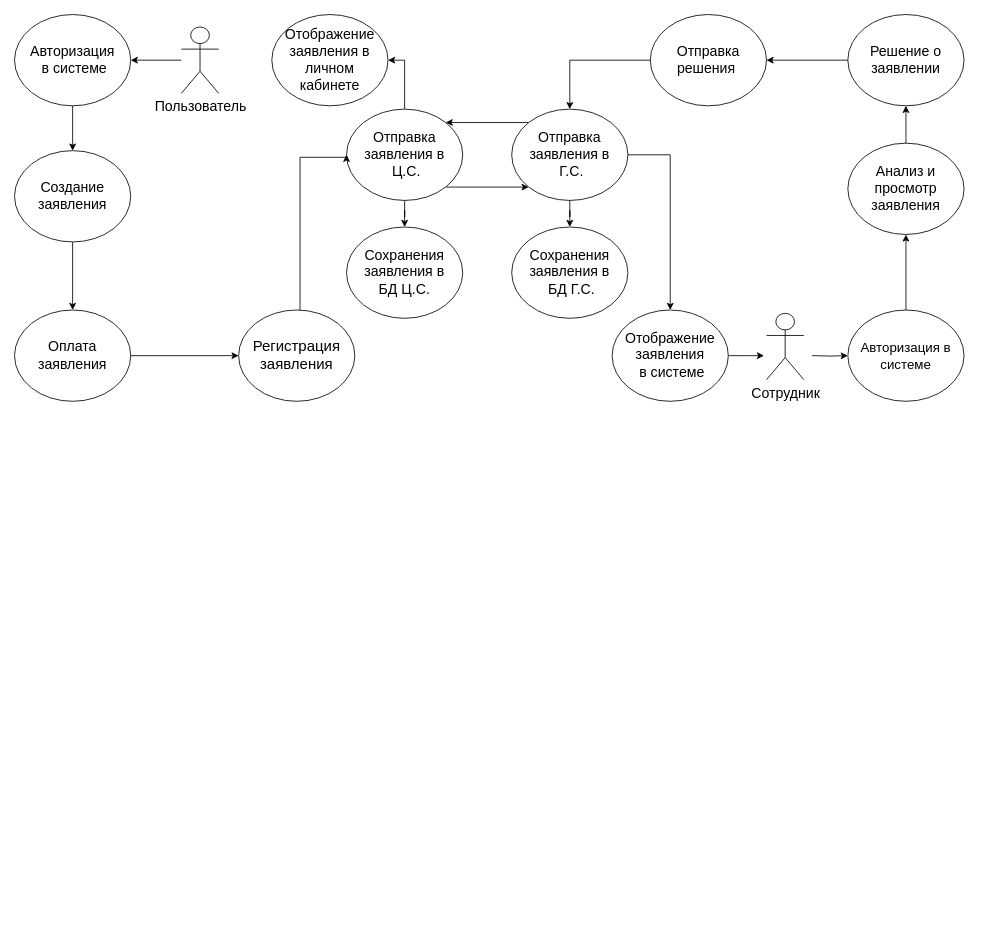
Paremir/Asp.Net-2 keeps this draw.io diagram as Диаграмма без названия.drawio. Above is the earlier version. Source tidied: cells renumbered, new cells numbered last; positions are measured from the earlier drawing's top-left corner, leaving out a move shared by most shapes. Both pictures are drawn from the tidied source at 83%, with x=0, y=0 at pixel (14, 14).
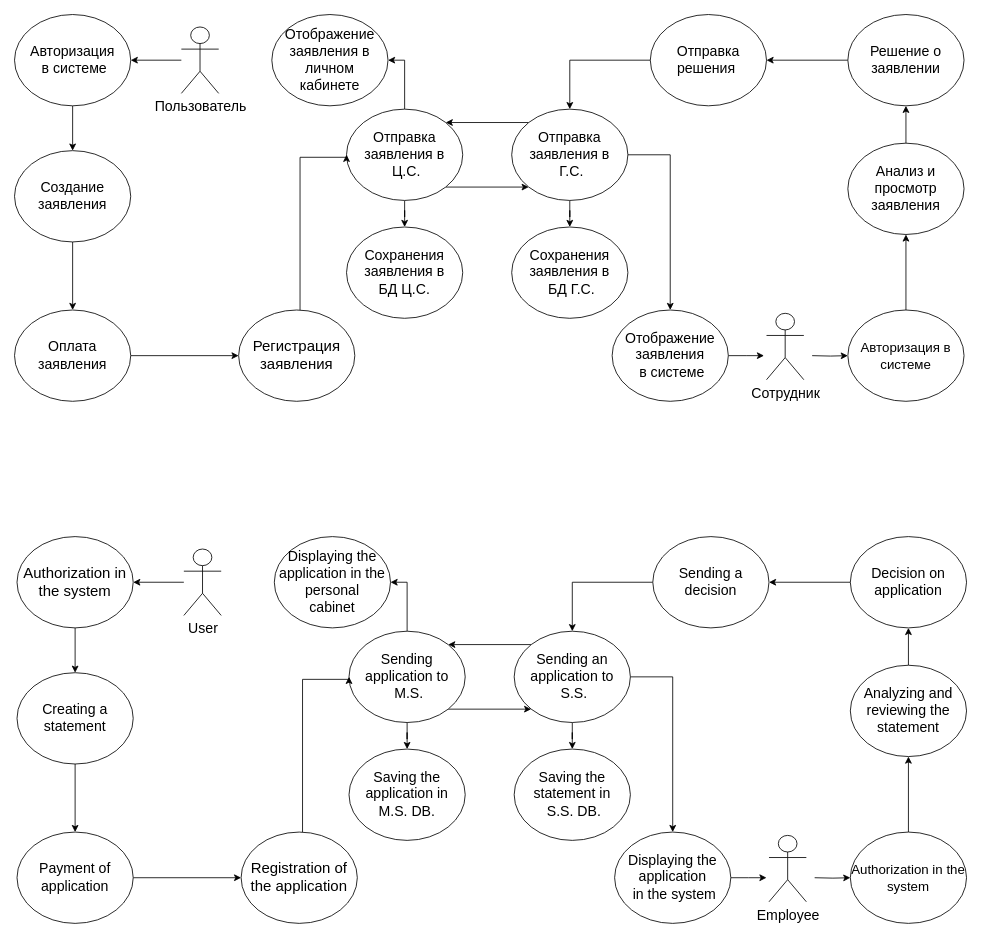
Above is the later version.

What changed in the source:
```diff
@@
+    <mxCell id="35" style="edgeStyle=orthogonalEdgeStyle;rounded=0;jettySize=auto;html=1;" parent="1" edge="1" source="36" target="39">
+      <mxGeometry relative="1" as="geometry" />
+    </mxCell>
+    <mxCell id="36" value="User" style="shape=umlActor;verticalLabelPosition=bottom;verticalAlign=top;html=1;outlineConnect=0;fontSize=17;" parent="1" vertex="1">
+      <mxGeometry x="204" y="644" width="45" height="80" as="geometry" />
+    </mxCell>
+    <mxCell id="37" style="edgeStyle=orthogonalEdgeStyle;rounded=0;jettySize=auto;html=1;entryX=0;entryY=0.5;entryDx=0;entryDy=0;" parent="1" edge="1" target="64">
+      <mxGeometry relative="1" as="geometry">
+        <mxPoint x="964" y="1040" as="sourcePoint" />
+      </mxGeometry>
+    </mxCell>
+    <mxCell id="38" style="edgeStyle=orthogonalEdgeStyle;rounded=0;jettySize=auto;html=1;entryX=0.5;entryY=0;entryDx=0;entryDy=0;" parent="1" edge="1" source="39" target="60">
+      <mxGeometry relative="1" as="geometry" />
+    </mxCell>
+    <mxCell id="39" value="&lt;font style=&quot;font-size: 18px;&quot;&gt;Authorization in the system&lt;/font&gt;" style="ellipse;whiteSpace=wrap;html=1;" parent="1" vertex="1">
+      <mxGeometry x="3" y="629" width="140" height="110" as="geometry" />
+    </mxCell>
+    <mxCell id="40" style="edgeStyle=orthogonalEdgeStyle;rounded=0;jettySize=auto;html=1;entryX=0.5;entryY=0;entryDx=0;entryDy=0;exitX=0.5;exitY=1;exitDx=0;exitDy=0;" parent="1" edge="1" source="60" target="46">
+      <mxGeometry relative="1" as="geometry" />
+    </mxCell>
+    <mxCell id="41" style="edgeStyle=orthogonalEdgeStyle;rounded=0;jettySize=auto;html=1;entryX=0.5;entryY=0;entryDx=0;entryDy=0;" parent="1" edge="1" source="44" target="47">
+      <mxGeometry relative="1" as="geometry" />
+    </mxCell>
+    <mxCell id="42" style="edgeStyle=orthogonalEdgeStyle;rounded=0;jettySize=auto;html=1;exitX=1;exitY=1;exitDx=0;exitDy=0;entryX=0;entryY=1;entryDx=0;entryDy=0;" parent="1" edge="1" source="44" target="51">
+      <mxGeometry relative="1" as="geometry" />
+    </mxCell>
+    <mxCell id="43" style="edgeStyle=orthogonalEdgeStyle;rounded=0;jettySize=auto;html=1;entryX=1;entryY=0.5;entryDx=0;entryDy=0;" parent="1" edge="1" source="44" target="58">
+      <mxGeometry relative="1" as="geometry" />
+    </mxCell>
+    <mxCell id="44" value="&lt;div&gt;Sending&lt;/div&gt;&lt;div&gt;application to&lt;/div&gt;&lt;div&gt;&amp;nbsp;M.S.&lt;/div&gt;" style="ellipse;whiteSpace=wrap;html=1;fontSize=17;" parent="1" vertex="1">
+      <mxGeometry x="403" y="743" width="140" height="110" as="geometry" />
+    </mxCell>
+    <mxCell id="45" style="edgeStyle=orthogonalEdgeStyle;rounded=0;jettySize=auto;html=1;entryX=0;entryY=0.5;entryDx=0;entryDy=0;" parent="1" edge="1" source="46" target="62">
+      <mxGeometry relative="1" as="geometry" />
+    </mxCell>
+    <mxCell id="46" value="Payment of application" style="ellipse;whiteSpace=wrap;html=1;fontSize=17;" parent="1" vertex="1">
+      <mxGeometry x="3" y="985" width="140" height="110" as="geometry" />
+    </mxCell>
+    <mxCell id="47" value="&lt;div&gt;Saving the application in&lt;/div&gt;&lt;div&gt;M.S. DB.&lt;/div&gt;" style="ellipse;whiteSpace=wrap;html=1;fontSize=17;" parent="1" vertex="1">
+      <mxGeometry x="403" y="885" width="140" height="110" as="geometry" />
+    </mxCell>
+    <mxCell id="48" style="edgeStyle=orthogonalEdgeStyle;rounded=0;jettySize=auto;html=1;entryX=0.5;entryY=0;entryDx=0;entryDy=0;" parent="1" edge="1" source="51" target="53">
+      <mxGeometry relative="1" as="geometry" />
+    </mxCell>
+    <mxCell id="49" style="edgeStyle=orthogonalEdgeStyle;rounded=0;jettySize=auto;html=1;exitX=0;exitY=0;exitDx=0;exitDy=0;entryX=1;entryY=0;entryDx=0;entryDy=0;" parent="1" edge="1" source="51" target="44">
+      <mxGeometry relative="1" as="geometry" />
+    </mxCell>
+    <mxCell id="50" style="edgeStyle=orthogonalEdgeStyle;rounded=0;jettySize=auto;html=1;entryX=0.5;entryY=0;entryDx=0;entryDy=0;" parent="1" edge="1" source="51" target="66">
+      <mxGeometry relative="1" as="geometry">
+        <Array as="points">
+          <mxPoint x="793" y="798" />
+        </Array>
+      </mxGeometry>
+    </mxCell>
+    <mxCell id="51" value="&lt;div&gt;Sending an application to&lt;/div&gt;&lt;div&gt;&amp;nbsp;S.S.&lt;/div&gt;" style="ellipse;whiteSpace=wrap;html=1;fontSize=17;" parent="1" vertex="1">
+      <mxGeometry x="602" y="743" width="140" height="110" as="geometry" />
+    </mxCell>
+    <mxCell id="52" style="edgeStyle=orthogonalEdgeStyle;rounded=0;jettySize=auto;html=1;exitX=1;exitY=0.5;exitDx=0;exitDy=0;" parent="1" edge="1" source="66">
+      <mxGeometry relative="1" as="geometry">
+        <mxPoint x="906" y="1040" as="targetPoint" />
+      </mxGeometry>
+    </mxCell>
+    <mxCell id="53" value="&lt;div&gt;Saving the statement in&lt;/div&gt;&lt;div&gt;&amp;nbsp;S.S. DB.&lt;/div&gt;" style="ellipse;whiteSpace=wrap;html=1;fontSize=17;" parent="1" vertex="1">
+      <mxGeometry x="602" y="885" width="140" height="110" as="geometry" />
+    </mxCell>
+    <mxCell id="54" style="edgeStyle=orthogonalEdgeStyle;rounded=0;jettySize=auto;html=1;entryX=0.5;entryY=1;entryDx=0;entryDy=0;exitX=0.5;exitY=0;exitDx=0;exitDy=0;" parent="1" edge="1" source="63" target="65">
+      <mxGeometry relative="1" as="geometry" />
+    </mxCell>
+    <mxCell id="55" style="edgeStyle=orthogonalEdgeStyle;rounded=0;jettySize=auto;html=1;entryX=1;entryY=0.5;entryDx=0;entryDy=0;exitX=0;exitY=0.5;exitDx=0;exitDy=0;" parent="1" edge="1" source="65" target="57">
+      <mxGeometry relative="1" as="geometry" />
+    </mxCell>
+    <mxCell id="56" style="edgeStyle=orthogonalEdgeStyle;rounded=0;jettySize=auto;html=1;entryX=0.5;entryY=0;entryDx=0;entryDy=0;exitX=0;exitY=0.5;exitDx=0;exitDy=0;" parent="1" edge="1" source="57" target="51">
+      <mxGeometry relative="1" as="geometry" />
+    </mxCell>
+    <mxCell id="57" value="Sending a decision" style="ellipse;whiteSpace=wrap;html=1;fontSize=17;" parent="1" vertex="1">
+      <mxGeometry x="769" y="629" width="140" height="110" as="geometry" />
+    </mxCell>
+    <mxCell id="58" value="Displaying the application in the personal &lt;br&gt;cabinet" style="ellipse;whiteSpace=wrap;html=1;fontSize=17;" parent="1" vertex="1">
+      <mxGeometry x="313" y="629" width="140" height="110" as="geometry" />
+    </mxCell>
+    <mxCell id="59" style="edgeStyle=orthogonalEdgeStyle;rounded=0;jettySize=auto;html=1;entryX=0.5;entryY=1;entryDx=0;entryDy=0;exitX=0.5;exitY=0;exitDx=0;exitDy=0;" parent="1" edge="1" source="64" target="63">
+      <mxGeometry relative="1" as="geometry" />
+    </mxCell>
+    <mxCell id="60" value="Creating a statement" style="ellipse;whiteSpace=wrap;html=1;fontSize=17;" parent="1" vertex="1">
+      <mxGeometry x="3" y="793" width="140" height="110" as="geometry" />
+    </mxCell>
+    <mxCell id="61" style="edgeStyle=orthogonalEdgeStyle;rounded=0;jettySize=auto;html=1;entryX=0;entryY=0.5;entryDx=0;entryDy=0;" parent="1" edge="1" source="62" target="44">
+      <mxGeometry relative="1" as="geometry">
+        <Array as="points">
+          <mxPoint x="347" y="801" />
+        </Array>
+      </mxGeometry>
+    </mxCell>
+    <mxCell id="62" value="&lt;font style=&quot;font-size: 18px;&quot;&gt;Registration of the application&lt;/font&gt;" style="ellipse;whiteSpace=wrap;html=1;fillColor=default;strokeColor=default;fontSize=17;" parent="1" vertex="1">
+      <mxGeometry x="273" y="985" width="140" height="110" as="geometry" />
+    </mxCell>
+    <mxCell id="63" value="Analyzing and reviewing the statement" style="ellipse;whiteSpace=wrap;html=1;fontSize=17;" parent="1" vertex="1">
+      <mxGeometry x="1007" y="784" width="140" height="110" as="geometry" />
+    </mxCell>
+    <mxCell id="64" value="Authorization in the system" style="ellipse;whiteSpace=wrap;html=1;fontSize=16;" parent="1" vertex="1">
+      <mxGeometry x="1007" y="985" width="140" height="110" as="geometry" />
+    </mxCell>
+    <mxCell id="65" value="&lt;div&gt;Decision on&lt;/div&gt;&lt;div&gt;application&lt;/div&gt;" style="ellipse;whiteSpace=wrap;html=1;fontSize=17;" parent="1" vertex="1">
+      <mxGeometry x="1007" y="629" width="140" height="110" as="geometry" />
+    </mxCell>
+    <mxCell id="66" value="&lt;div&gt;Displaying the application&lt;/div&gt;&lt;div&gt;&amp;nbsp;in the system&lt;/div&gt;" style="ellipse;whiteSpace=wrap;html=1;fontSize=17;" parent="1" vertex="1">
+      <mxGeometry x="723" y="985" width="140" height="110" as="geometry" />
+    </mxCell>
+    <mxCell id="67" value="Employee" style="shape=umlActor;verticalLabelPosition=bottom;verticalAlign=top;html=1;fontSize=17;" parent="1" vertex="1">
+      <mxGeometry x="909" y="989" width="45" height="80" as="geometry" />
+    </mxCell>
```
